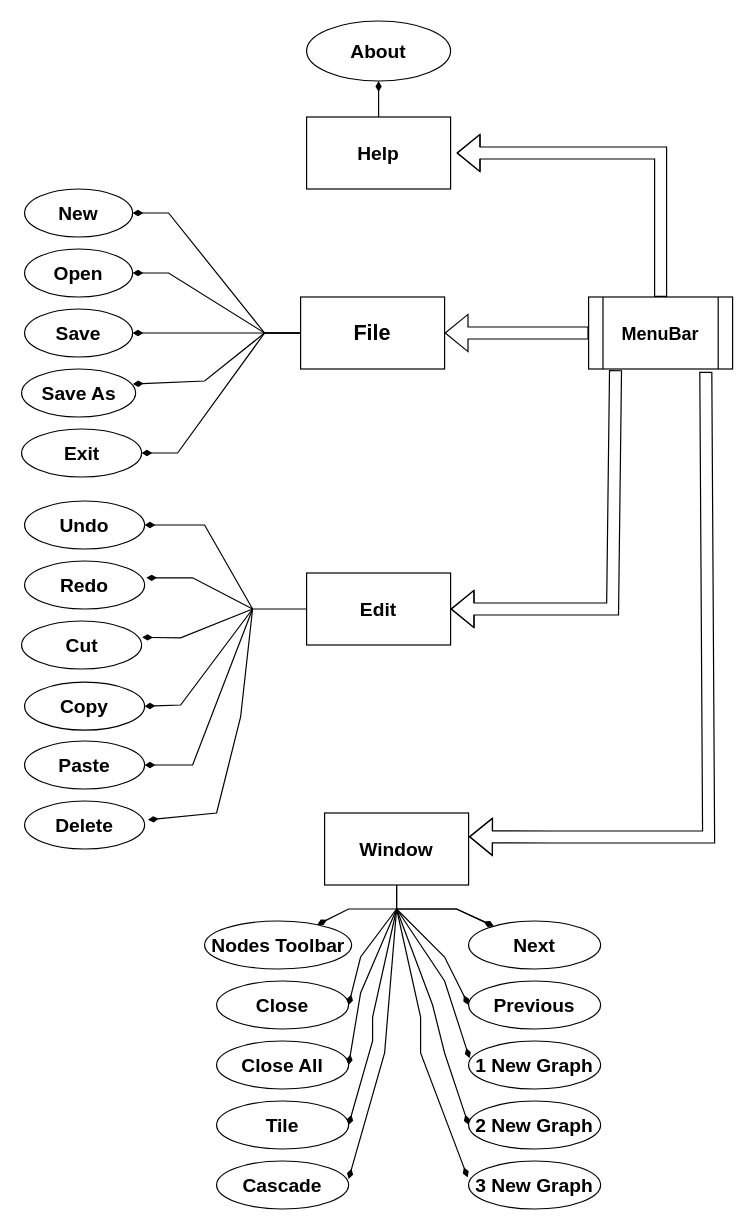
Before: page "Page-1" (1 of 2) of Untitled Diagram.drawio in Sheriff99yt/Vision_Visual_Scripting, a draw.io diagram. Source tidied: cells renumbered, new cells numbered last; positions are measured from the earlier drawing's top-left corner, leaving out a move shared by most shapes. Both pictures are drawn from the tidied source at 120%, with x=0, y=0 at pixel (22, 20).
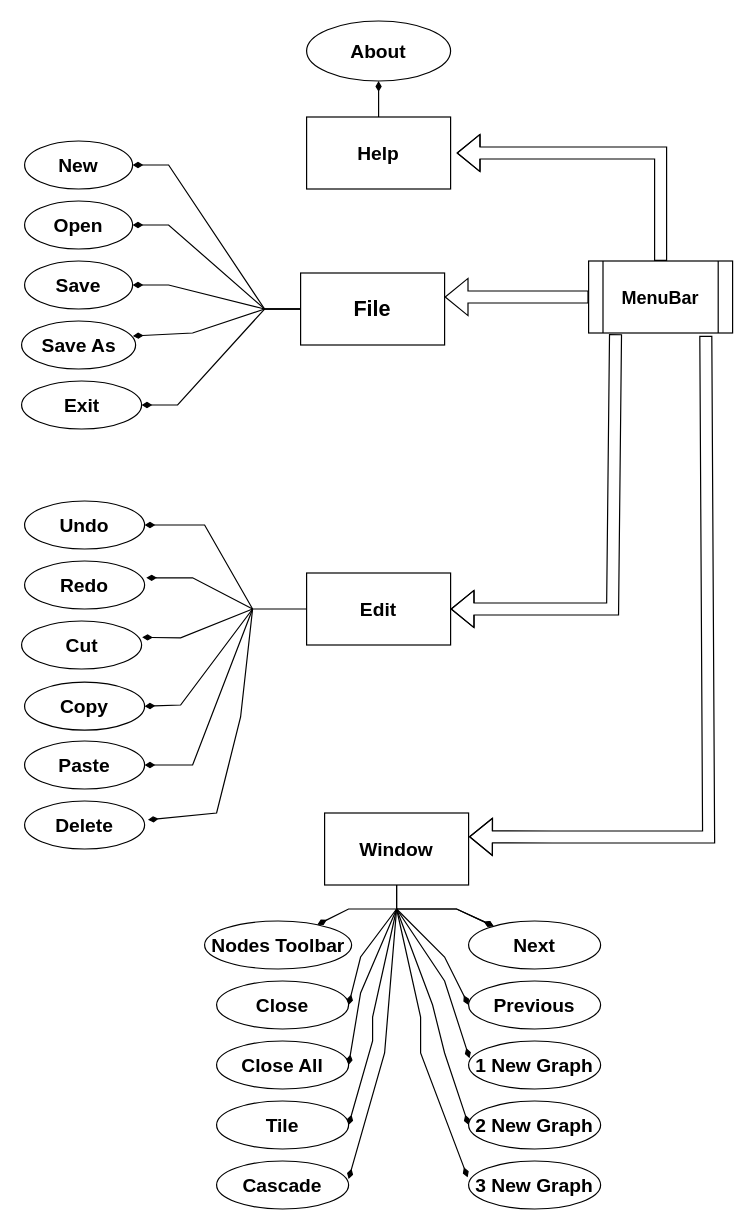
The same diagram, later.

The edit, as a diff of the source:
```diff
@@
     <mxCell id="6" value="File" style="rounded=0;whiteSpace=wrap;html=1;fontStyle=1;fontSize=18;" parent="1" vertex="1">
-      <mxGeometry x="232" y="230" width="120" height="60" as="geometry" />
+      <mxGeometry x="232" y="210" width="120" height="60" as="geometry" />
     </mxCell>
     <mxCell id="7" value="New" style="ellipse;whiteSpace=wrap;html=1;fontStyle=1;fontSize=16;" parent="1" vertex="1">
-      <mxGeometry x="2" y="140" width="90" height="40" as="geometry" />
+      <mxGeometry x="2" y="100" width="90" height="40" as="geometry" />
     </mxCell>
     <mxCell id="8" value="Exit" style="ellipse;whiteSpace=wrap;html=1;fontStyle=1;fontSize=16;" parent="1" vertex="1">
-      <mxGeometry x="-0.5" y="340" width="100" height="40" as="geometry" />
+      <mxGeometry x="-0.5" y="300" width="100" height="40" as="geometry" />
     </mxCell>
     <mxCell id="9" value="Open" style="ellipse;whiteSpace=wrap;html=1;fontStyle=1;fontSize=16;" parent="1" vertex="1">
-      <mxGeometry x="2" y="190" width="90" height="40" as="geometry" />
+      <mxGeometry x="2" y="150" width="90" height="40" as="geometry" />
     </mxCell>
     <mxCell id="10" value="Save" style="ellipse;whiteSpace=wrap;html=1;fontStyle=1;fontSize=16;" parent="1" vertex="1">
-      <mxGeometry x="2" y="240" width="90" height="40" as="geometry" />
+      <mxGeometry x="2" y="200" width="90" height="40" as="geometry" />
     </mxCell>
     <mxCell id="11" value="MenuBar" style="shape=process;whiteSpace=wrap;html=1;backgroundOutline=1;fontStyle=1;fontSize=15;" parent="1" vertex="1">
-      <mxGeometry x="472" y="230" width="120" height="60" as="geometry" />
+      <mxGeometry x="472" y="200" width="120" height="60" as="geometry" />
     </mxCell>
-    <mxCell id="12" style="shape=flexArrow;endArrow=classic;html=1;rounded=0;entryX=1;entryY=0.5;entryDx=0;entryDy=0;fontStyle=1;fontSize=16;" parent="1" edge="1" target="6">
+    <mxCell id="12" style="shape=flexArrow;endArrow=classic;html=1;rounded=0;fontStyle=1;fontSize=16;exitX=0;exitY=0.5;exitDx=0;exitDy=0;" parent="1" edge="1" source="11">
       <mxGeometry relative="1" as="geometry">
-        <mxPoint x="472" y="260" as="sourcePoint" />
+        <mxPoint x="352" y="230" as="targetPoint" />
       </mxGeometry>
     </mxCell>
     <mxCell id="13" value="&lt;b&gt;Save As&lt;/b&gt;" style="ellipse;whiteSpace=wrap;html=1;labelBackgroundColor=none;fontSize=16;fontColor=default;" parent="1" vertex="1">
-      <mxGeometry x="-0.5" y="290" width="95" height="40" as="geometry" />
+      <mxGeometry x="-0.5" y="250" width="95" height="40" as="geometry" />
     </mxCell>
     <mxCell id="14" style="endArrow=diamondThin;html=1;rounded=0;fontSize=16;fontColor=default;entryX=0.976;entryY=0.312;entryDx=0;entryDy=0;entryPerimeter=0;endFill=1;" parent="1" edge="1" target="13">
       <mxGeometry relative="1" as="geometry">
-        <mxPoint x="202" y="260" as="sourcePoint" />
+        <mxPoint x="202" y="240" as="sourcePoint" />
         <Array as="points">
-          <mxPoint x="152" y="300" />
+          <mxPoint x="142" y="260" />
         </Array>
       </mxGeometry>
     </mxCell>
@@
-    <mxCell id="52" style="shape=flexArrow;endArrow=classic;html=1;rounded=0;fontSize=16;fontColor=default;" parent="1" edge="1">
+    <mxCell id="52" style="shape=flexArrow;endArrow=classic;html=1;rounded=0;fontSize=16;fontColor=default;exitX=0.5;exitY=0;exitDx=0;exitDy=0;exitPerimeter=0;" parent="1" edge="1" source="11">
       <mxGeometry relative="1" as="geometry">
-        <mxPoint x="532" y="230" as="sourcePoint" />
         <mxPoint x="362" y="110" as="targetPoint" />
         <Array as="points">
           <mxPoint x="532" y="110" />
         </Array>
       </mxGeometry>
     </mxCell>
```
